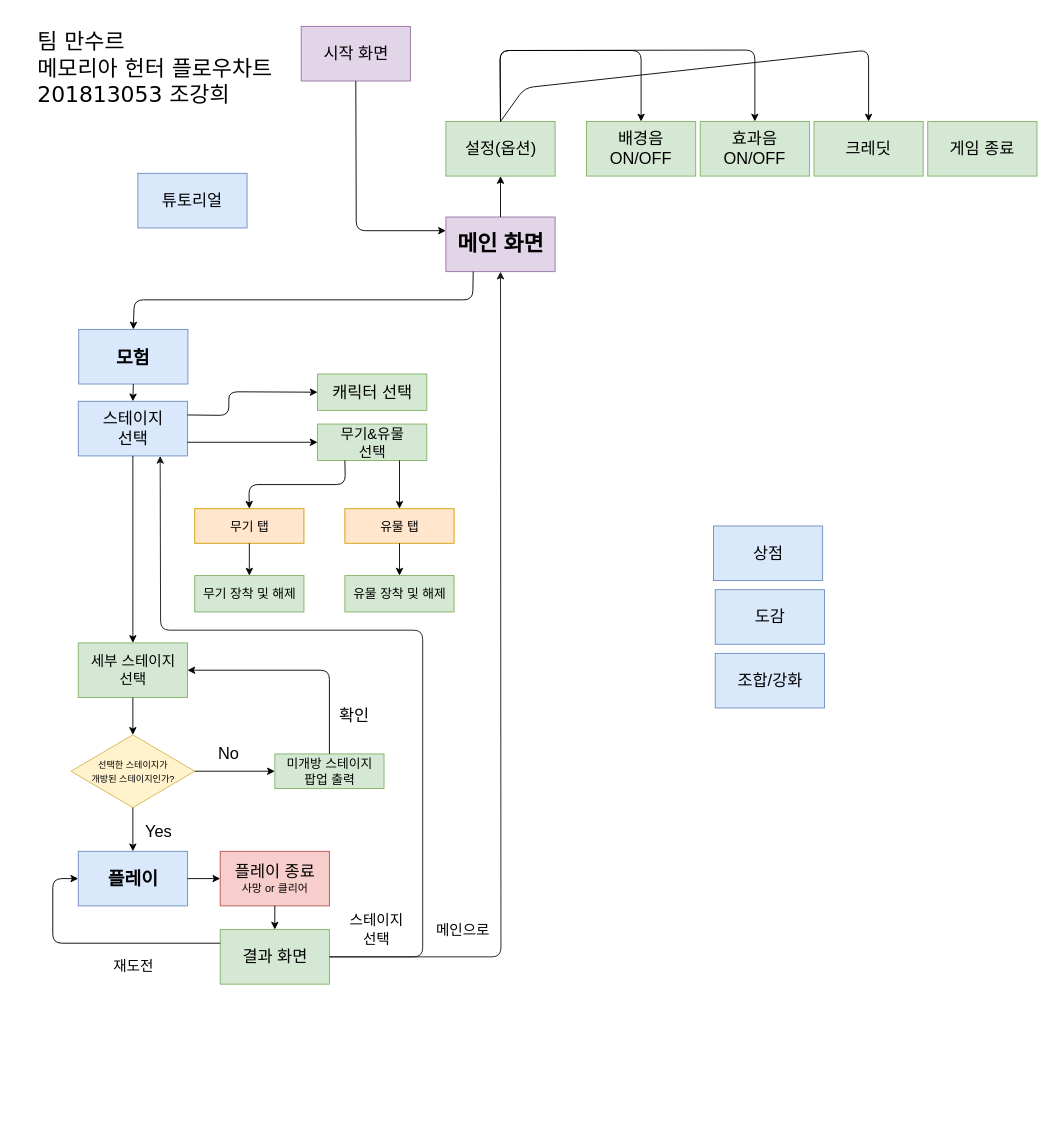
Earlier version of the draw.io diagram Untitled Diagram.drawio (dinenki71/UI). Source tidied: cells renumbered, new cells numbered last; positions are measured from the earlier drawing's top-left corner, leaving out a move shared by most shapes. Both pictures are drawn from the tidied source at 91%, with x=0, y=0 at pixel (15, 15).
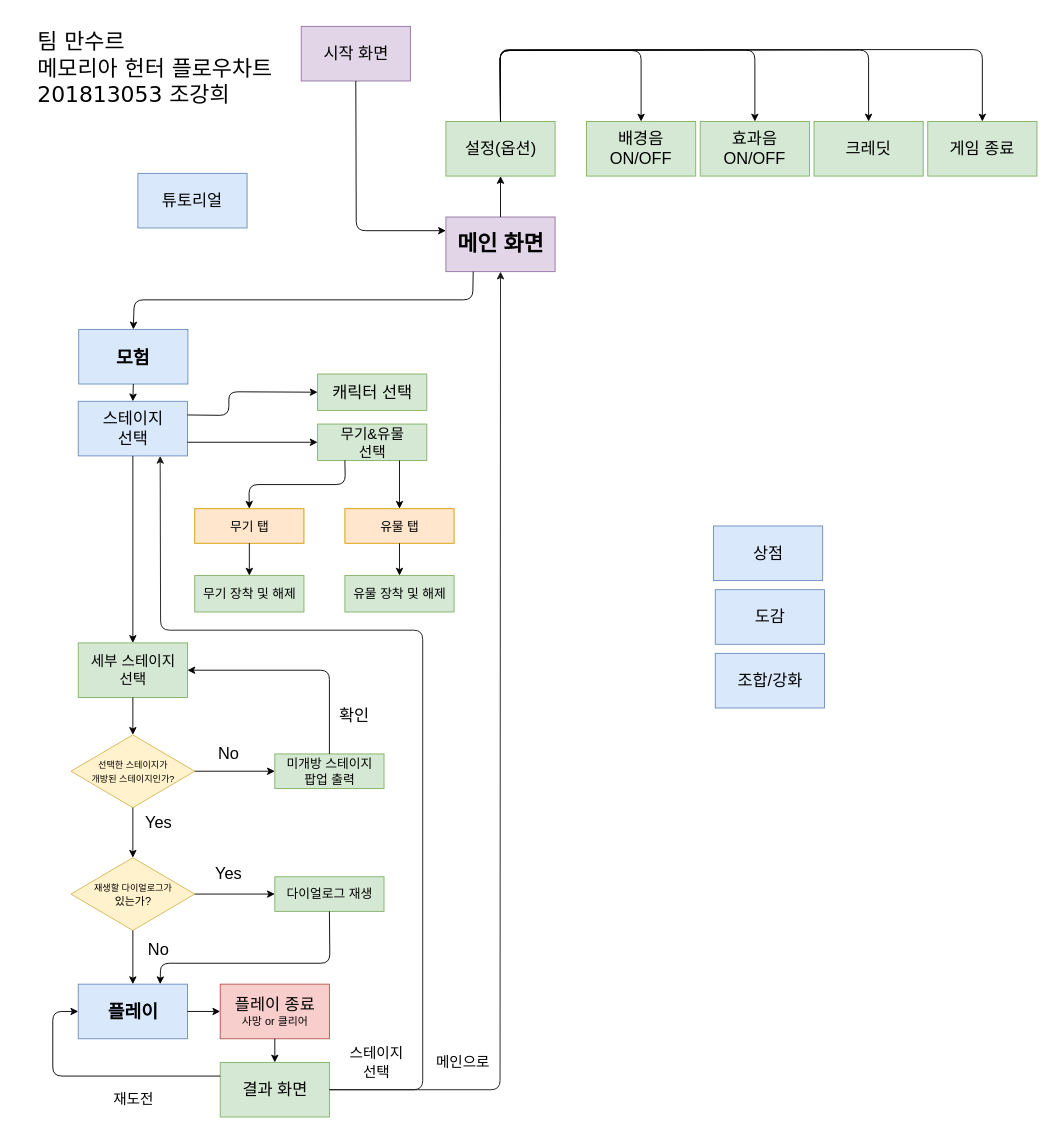
The same diagram, later.

Unchanged cells that the change refers to:
```xml
<mxCell id="5" value="&lt;font style=&quot;font-size: 24px&quot;&gt;&lt;b&gt;메인 화면&lt;/b&gt;&lt;/font&gt;" style="rounded=0;whiteSpace=wrap;html=1;fillColor=#e1d5e7;strokeColor=#9673a6;" parent="1" vertex="1">
  <mxGeometry x="472.5" y="221" width="120" height="60" as="geometry" />
</mxCell>
<mxCell id="10" value="&lt;font style=&quot;font-size: 18px&quot;&gt;설정(옵션)&lt;/font&gt;" style="rounded=0;whiteSpace=wrap;html=1;fillColor=#d5e8d4;strokeColor=#82b366;" parent="1" vertex="1">
  <mxGeometry x="472.5" y="116" width="120" height="60" as="geometry" />
</mxCell>
<mxCell id="11" value="&lt;font style=&quot;font-size: 18px&quot;&gt;스테이지&lt;br&gt;선택&lt;/font&gt;&lt;br&gt;" style="rounded=0;whiteSpace=wrap;html=1;fillColor=#dae8fc;strokeColor=#6c8ebf;" parent="1" vertex="1">
  <mxGeometry x="68.5" y="423.5" width="120" height="60" as="geometry" />
</mxCell>
<mxCell id="18" value="&lt;font style=&quot;font-size: 10px&quot;&gt;선택한 스테이지가&lt;br&gt;개방된 스테이지인가?&lt;/font&gt;&lt;br&gt;" style="rhombus;whiteSpace=wrap;html=1;fillColor=#fff2cc;strokeColor=#d6b656;" parent="1" vertex="1">
  <mxGeometry x="60.5" y="790" width="136" height="80" as="geometry" />
</mxCell>
<mxCell id="52" value="&lt;span style=&quot;font-size: 18px&quot;&gt;크레딧&lt;/span&gt;" style="rounded=0;whiteSpace=wrap;html=1;fillColor=#d5e8d4;strokeColor=#82b366;" parent="1" vertex="1">
  <mxGeometry x="877" y="116" width="120" height="60" as="geometry" />
</mxCell>
<mxCell id="53" value="&lt;span style=&quot;font-size: 18px&quot;&gt;게임 종료&lt;/span&gt;" style="rounded=0;whiteSpace=wrap;html=1;fillColor=#d5e8d4;strokeColor=#82b366;" parent="1" vertex="1">
  <mxGeometry x="1002" y="116" width="120" height="60" as="geometry" />
</mxCell>
```

The edit, as a diff of the source:
```diff
@@
     <mxCell id="12" value="&lt;font style=&quot;font-size: 20px&quot;&gt;&lt;b&gt;플레이&lt;/b&gt;&lt;/font&gt;&lt;br&gt;" style="rounded=0;whiteSpace=wrap;html=1;fillColor=#dae8fc;strokeColor=#6c8ebf;" parent="1" vertex="1">
-      <mxGeometry x="68.5" y="918" width="120" height="60" as="geometry" />
+      <mxGeometry x="68.5" y="1064" width="120" height="60" as="geometry" />
     </mxCell>
@@
-    <mxCell id="19" style="endArrow=classic;html=1;exitX=0.5;exitY=1;exitDx=0;exitDy=0;entryX=0.5;entryY=0;entryDx=0;entryDy=0;" parent="1" edge="1" source="18" target="12">
+    <mxCell id="19" style="endArrow=classic;html=1;exitX=0.5;exitY=1;exitDx=0;exitDy=0;entryX=0.5;entryY=0;entryDx=0;entryDy=0;" parent="1" edge="1" source="18" target="58">
       <mxGeometry relative="1" as="geometry" />
     </mxCell>
@@
     <mxCell id="25" value="&lt;span style=&quot;font-size: 18px&quot;&gt;플레이 종료&lt;br&gt;&lt;/span&gt;사망 or 클리어&lt;br&gt;" style="rounded=0;whiteSpace=wrap;html=1;fillColor=#f8cecc;strokeColor=#b85450;" parent="1" vertex="1">
-      <mxGeometry x="224.5" y="918" width="120" height="60" as="geometry" />
+      <mxGeometry x="224.5" y="1064" width="120" height="60" as="geometry" />
     </mxCell>
     <mxCell id="26" value="&lt;span style=&quot;font-size: 18px&quot;&gt;결과 화면&lt;/span&gt;&lt;br&gt;" style="rounded=0;whiteSpace=wrap;html=1;fillColor=#d5e8d4;strokeColor=#82b366;" parent="1" vertex="1">
-      <mxGeometry x="224.5" y="1004" width="120" height="60" as="geometry" />
+      <mxGeometry x="224.5" y="1150" width="120" height="60" as="geometry" />
     </mxCell>
@@
     <mxCell id="28" value="&lt;font style=&quot;font-size: 18px&quot;&gt;Yes&lt;/font&gt;" style="text;html=1;strokeColor=none;fillColor=none;align=center;verticalAlign=middle;whiteSpace=wrap;rounded=0;" parent="1" vertex="1">
-      <mxGeometry x="136.5" y="887" width="40" height="20" as="geometry" />
+      <mxGeometry x="136.5" y="877" width="40" height="20" as="geometry" />
     </mxCell>
@@
     <mxCell id="30" style="endArrow=classic;html=1;fillColor=#f5f5f5;strokeColor=#171717;entryX=0.75;entryY=1;entryDx=0;entryDy=0;exitX=1;exitY=0.5;exitDx=0;exitDy=0;" parent="1" edge="1" source="26" target="11">
       <mxGeometry relative="1" as="geometry">
         <Array as="points">
-          <mxPoint x="447" y="1034" />
+          <mxPoint x="447" y="1180" />
           <mxPoint x="447" y="675" />
           <mxPoint x="159" y="675" />
         </Array>
       </mxGeometry>
     </mxCell>
     <mxCell id="31" value="&lt;font&gt;&lt;font style=&quot;font-size: 16px&quot;&gt;스테이지&lt;br&gt;선택&lt;br&gt;&lt;/font&gt;&lt;/font&gt;" style="text;html=1;strokeColor=none;fillColor=none;align=center;verticalAlign=middle;whiteSpace=wrap;rounded=0;" parent="1" vertex="1">
-      <mxGeometry x="363" y="994" width="67" height="20" as="geometry" />
+      <mxGeometry x="363" y="1140" width="67" height="20" as="geometry" />
     </mxCell>
     <mxCell id="32" style="endArrow=classic;html=1;entryX=0;entryY=0.5;entryDx=0;entryDy=0;exitX=0;exitY=0.25;exitDx=0;exitDy=0;fillColor=#f5f5f5;strokeColor=#000000;" parent="1" edge="1" source="26" target="12">
       <mxGeometry relative="1" as="geometry">
         <Array as="points">
-          <mxPoint x="40.5" y="1019" />
-          <mxPoint x="40.5" y="948" />
+          <mxPoint x="40.5" y="1165" />
+          <mxPoint x="40.5" y="1094" />
         </Array>
       </mxGeometry>
     </mxCell>
@@
     <mxCell id="34" value="&lt;font&gt;&lt;font style=&quot;font-size: 16px&quot;&gt;재도전&lt;br&gt;&lt;/font&gt;&lt;/font&gt;" style="text;html=1;strokeColor=none;fillColor=none;align=center;verticalAlign=middle;whiteSpace=wrap;rounded=0;" parent="1" vertex="1">
-      <mxGeometry x="95.5" y="1034" width="67" height="20" as="geometry" />
+      <mxGeometry x="95.5" y="1180" width="67" height="20" as="geometry" />
     </mxCell>
     <mxCell id="35" value="&lt;font&gt;&lt;font style=&quot;font-size: 16px&quot;&gt;메인으로&lt;br&gt;&lt;/font&gt;&lt;/font&gt;" style="text;html=1;strokeColor=none;fillColor=none;align=center;verticalAlign=middle;whiteSpace=wrap;rounded=0;" parent="1" vertex="1">
-      <mxGeometry x="458" y="994" width="67" height="20" as="geometry" />
+      <mxGeometry x="458" y="1140" width="67" height="20" as="geometry" />
     </mxCell>
@@
     <mxCell id="40" style="endArrow=classic;html=1;fillColor=#f5f5f5;strokeColor=#171717;entryX=0.5;entryY=1;entryDx=0;entryDy=0;exitX=1;exitY=0.5;exitDx=0;exitDy=0;" parent="1" edge="1" source="26" target="5">
       <mxGeometry relative="1" as="geometry">
         <Array as="points">
-          <mxPoint x="533" y="1034" />
+          <mxPoint x="532" y="1180" />
         </Array>
       </mxGeometry>
     </mxCell>
@@
     <mxCell id="56" style="endArrow=classic;html=1;strokeColor=#000000;exitX=0.5;exitY=0;exitDx=0;exitDy=0;" parent="1" edge="1" source="10" target="52">
       <mxGeometry relative="1" as="geometry">
         <Array as="points">
-          <mxPoint x="559" y="79" />
+          <mxPoint x="532" y="38" />
           <mxPoint x="937" y="37.5" />
         </Array>
       </mxGeometry>
     </mxCell>
+    <mxCell id="57" style="endArrow=classic;html=1;strokeColor=#000000;exitX=0.5;exitY=0;exitDx=0;exitDy=0;entryX=0.5;entryY=0;entryDx=0;entryDy=0;" parent="1" edge="1" source="10" target="53">
+      <mxGeometry relative="1" as="geometry">
+        <Array as="points">
+          <mxPoint x="532" y="37" />
+          <mxPoint x="1062" y="37" />
+        </Array>
+      </mxGeometry>
+    </mxCell>
+    <mxCell id="58" value="&lt;span style=&quot;font-size: 10px&quot;&gt;재생할 다이얼로그가&lt;br&gt;&lt;/span&gt;있는가?&lt;br&gt;" style="rhombus;whiteSpace=wrap;html=1;fillColor=#fff2cc;strokeColor=#d6b656;" parent="1" vertex="1">
+      <mxGeometry x="60.5" y="925" width="136" height="80" as="geometry" />
+    </mxCell>
+    <mxCell id="59" style="endArrow=classic;html=1;exitX=0.5;exitY=1;exitDx=0;exitDy=0;entryX=0.5;entryY=0;entryDx=0;entryDy=0;" parent="1" edge="1" source="58" target="12">
+      <mxGeometry relative="1" as="geometry" />
+    </mxCell>
+    <mxCell id="60" value="&lt;font style=&quot;font-size: 18px&quot;&gt;Yes&lt;/font&gt;" style="text;html=1;strokeColor=none;fillColor=none;align=center;verticalAlign=middle;whiteSpace=wrap;rounded=0;" parent="1" vertex="1">
+      <mxGeometry x="214" y="932.5" width="40" height="20" as="geometry" />
+    </mxCell>
+    <mxCell id="61" value="&lt;span style=&quot;font-size: 14px&quot;&gt;다이얼로그 재생&lt;/span&gt;&lt;br&gt;" style="rounded=0;whiteSpace=wrap;html=1;fillColor=#d5e8d4;strokeColor=#82b366;" parent="1" vertex="1">
+      <mxGeometry x="284.5" y="946" width="120" height="38" as="geometry" />
+    </mxCell>
+    <mxCell id="62" style="endArrow=classic;html=1;exitX=1;exitY=0.5;exitDx=0;exitDy=0;entryX=0;entryY=0.5;entryDx=0;entryDy=0;" parent="1" edge="1" source="58" target="61">
+      <mxGeometry relative="1" as="geometry" />
+    </mxCell>
+    <mxCell id="63" value="&lt;font style=&quot;font-size: 18px&quot;&gt;No&lt;/font&gt;" style="text;html=1;strokeColor=none;fillColor=none;align=center;verticalAlign=middle;whiteSpace=wrap;rounded=0;" parent="1" vertex="1">
+      <mxGeometry x="136.5" y="1016" width="40" height="20" as="geometry" />
+    </mxCell>
+    <mxCell id="64" style="endArrow=classic;html=1;strokeColor=#000000;exitX=0.5;exitY=1;exitDx=0;exitDy=0;entryX=0.75;entryY=0;entryDx=0;entryDy=0;" parent="1" edge="1" source="61" target="12">
+      <mxGeometry relative="1" as="geometry">
+        <Array as="points">
+          <mxPoint x="345" y="1041" />
+          <mxPoint x="159" y="1041" />
+        </Array>
+      </mxGeometry>
+    </mxCell>
```
